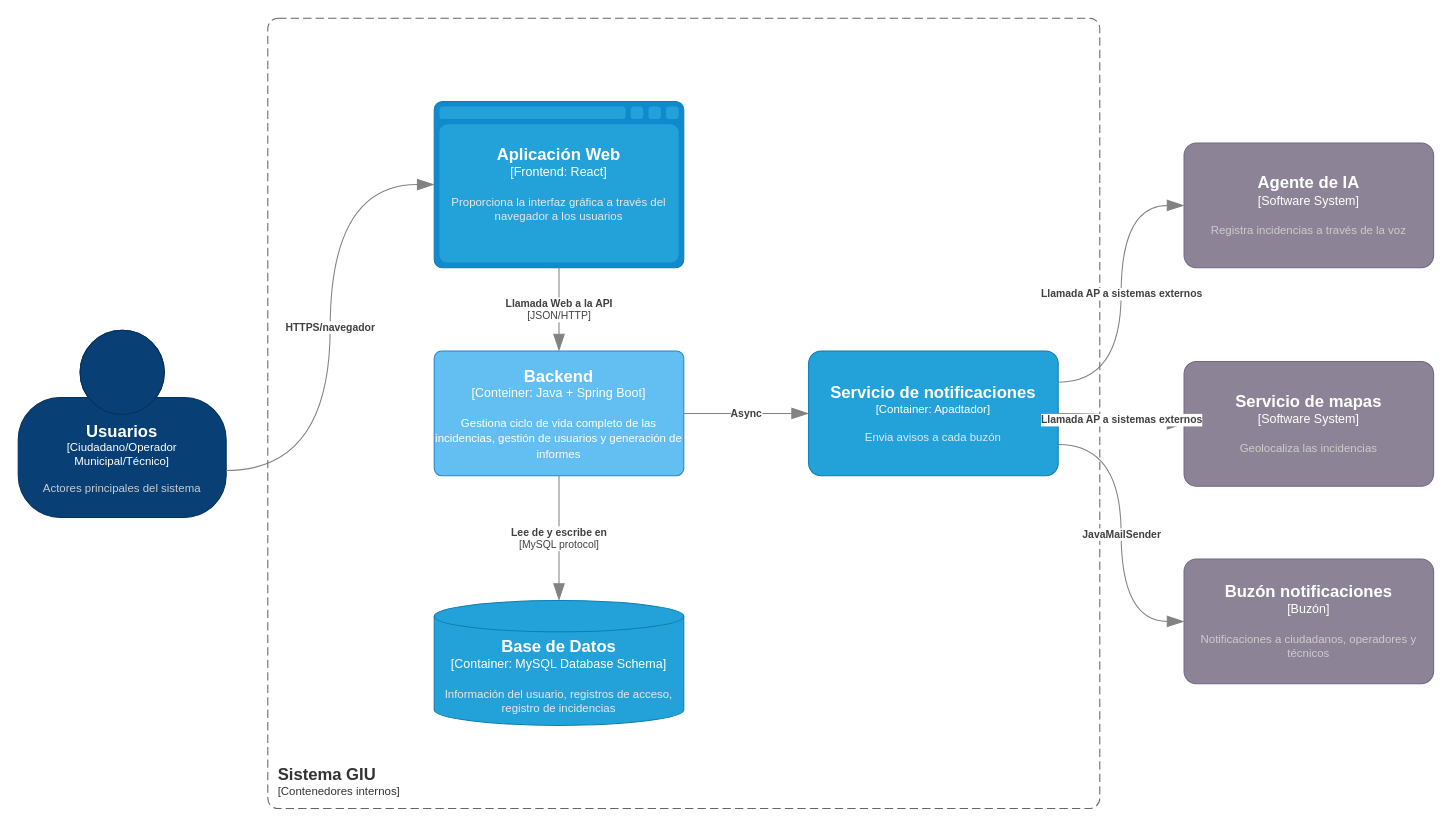
This is Diagrams/DiagramaC4(Nivel2).drawio from javimoralesg/UrbanDesk, a draw.io file, before an edit. Source tidied: cells renumbered, new cells numbered last; positions are measured from the earlier drawing's top-left corner, leaving out a move shared by most shapes. Both pictures are drawn from the tidied source at 104%, with x=0, y=0 at pixel (18, 18).
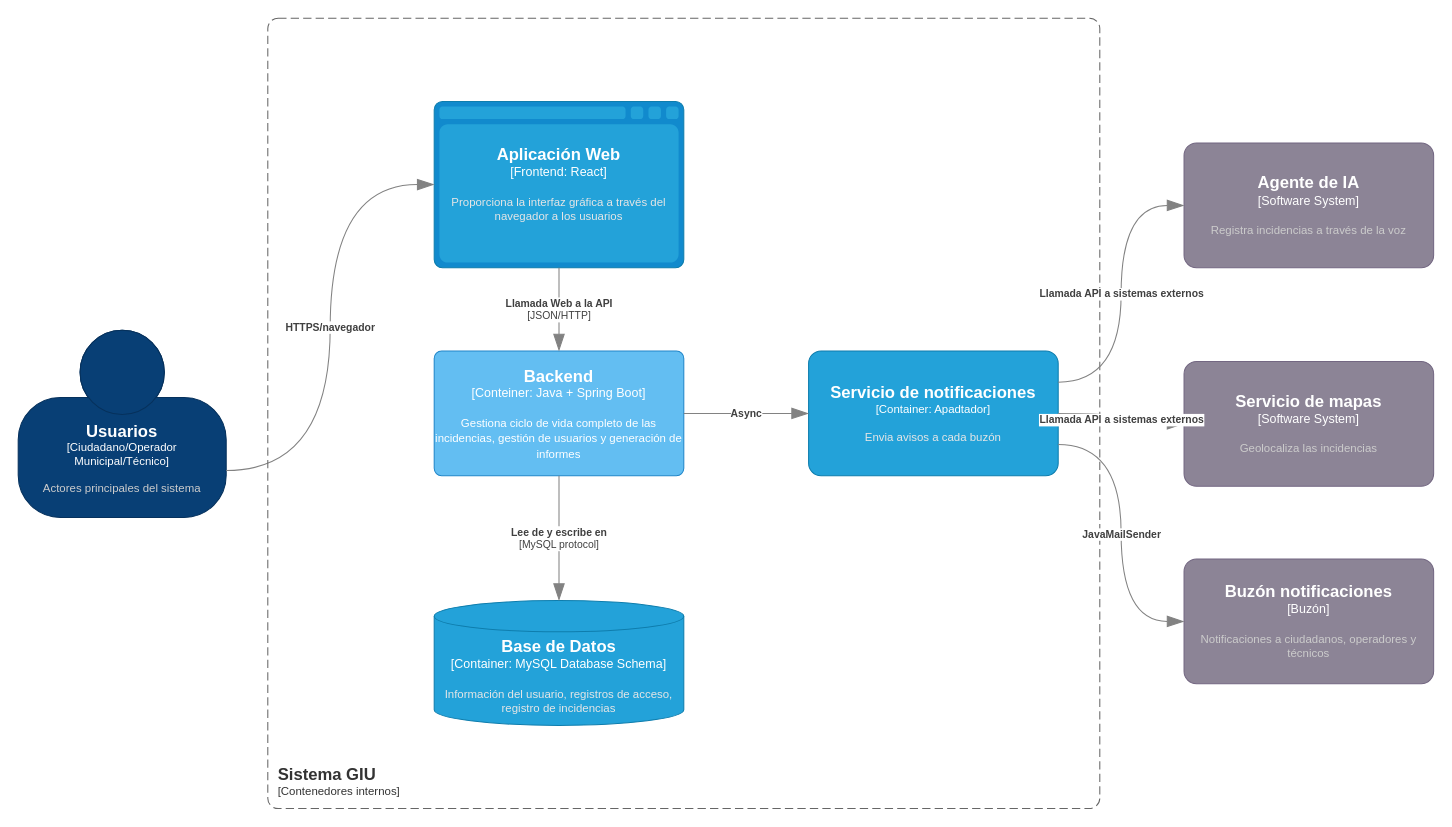
Above is the later version.

Commit message:
Corrección DiagramaC4(Novel2)

Unchanged cells that the change refers to:
```xml
<object id="6" label="&lt;font style=&quot;font-size: 16px&quot;&gt;&lt;b&gt;%c4Name%&lt;/b&gt;&lt;/font&gt;&lt;div&gt;[%c4Type%: %c4Technology%]&lt;/div&gt;&lt;br&gt;&lt;div&gt;&lt;font style=&quot;font-size: 11px&quot;&gt;&lt;font color=&quot;#E6E6E6&quot;&gt;%c4Description%&lt;/font&gt;&lt;/div&gt;" c4Description="Envia avisos a cada buzón" c4Name="Servicio de notificaciones" c4Technology="Apadtador" c4Type="Container" placeholders="1">
  <mxCell style="rounded=1;whiteSpace=wrap;html=1;fontSize=11;labelBackgroundColor=none;fillColor=#23A2D9;fontColor=#ffffff;align=center;arcSize=10;strokeColor=#0E7DAD;points=[[0.25,0,0],[0.5,0,0],[0.75,0,0],[1,0.25,0],[1,0.5,0],[1,0.75,0],[0.75,1,0],[0.5,1,0],[0.25,1,0],[0,0.75,0],[0,0.5,0],[0,0.25,0]];" parent="1" vertex="1">
    <mxGeometry x="760" y="320" width="240" height="120" as="geometry" />
  </mxCell>
</object>
<object id="11" label="&lt;font style=&quot;font-size: 16px&quot;&gt;&lt;b&gt;%c4Name%&lt;/b&gt;&lt;/font&gt;&lt;div&gt;[%c4Type%]&lt;/div&gt;&lt;br&gt;&lt;div&gt;&lt;font style=&quot;font-size: 11px&quot;&gt;&lt;font color=&quot;#cccccc&quot;&gt;%c4Description%&lt;/font&gt;&lt;/div&gt;" c4Description="Registra incidencias a través de la voz" c4Name="Agente de IA" c4Type="Software System" placeholders="1">
  <mxCell style="rounded=1;whiteSpace=wrap;html=1;labelBackgroundColor=none;fillColor=#8C8496;fontColor=#ffffff;align=center;arcSize=10;strokeColor=#736782;points=[[0.25,0,0],[0.5,0,0],[0.75,0,0],[1,0.25,0],[1,0.5,0],[1,0.75,0],[0.75,1,0],[0.5,1,0],[0.25,1,0],[0,0.75,0],[0,0.5,0],[0,0.25,0]];" parent="1" vertex="1">
    <mxGeometry x="1121" y="120" width="240" height="120" as="geometry" />
  </mxCell>
</object>
<object id="12" label="&lt;font style=&quot;font-size: 16px&quot;&gt;&lt;b&gt;%c4Name%&lt;/b&gt;&lt;/font&gt;&lt;div&gt;[%c4Type%]&lt;/div&gt;&lt;br&gt;&lt;div&gt;&lt;font style=&quot;font-size: 11px&quot;&gt;&lt;font color=&quot;#cccccc&quot;&gt;%c4Description%&lt;/font&gt;&lt;/div&gt;" c4Description="Geolocaliza las incidencias" c4Name="Servicio de mapas" c4Type="Software System" placeholders="1">
  <mxCell style="rounded=1;whiteSpace=wrap;html=1;labelBackgroundColor=none;fillColor=#8C8496;fontColor=#ffffff;align=center;arcSize=10;strokeColor=#736782;points=[[0.25,0,0],[0.5,0,0],[0.75,0,0],[1,0.25,0],[1,0.5,0],[1,0.75,0],[0.75,1,0],[0.5,1,0],[0.25,1,0],[0,0.75,0],[0,0.5,0],[0,0.25,0]];" parent="1" vertex="1">
    <mxGeometry x="1121" y="330" width="240" height="120" as="geometry" />
  </mxCell>
</object>
```

The edit, as a diff of the source:
```diff
@@
-    <object id="16" label="&lt;div style=&quot;text-align: left&quot;&gt;&lt;div style=&quot;text-align: center&quot;&gt;&lt;b&gt;%c4Description%&lt;/b&gt;&lt;/div&gt;" c4Description="Llamada AP a sistemas externos" placeholders="1">
+    <object id="16" label="&lt;div style=&quot;text-align: left&quot;&gt;&lt;div style=&quot;text-align: center&quot;&gt;&lt;b&gt;%c4Description%&lt;/b&gt;&lt;/div&gt;" c4Description="Llamada API a sistemas externos" placeholders="1">
       <mxCell style="endArrow=blockThin;html=1;fontSize=10;fontColor=#404040;strokeWidth=1;endFill=1;strokeColor=#828282;elbow=vertical;endSize=14;startSize=14;jumpStyle=arc;jumpSize=16;rounded=0;edgeStyle=orthogonalEdgeStyle;curved=1;entryX=0;entryY=0.5;entryDx=0;entryDy=0;entryPerimeter=0;exitX=1;exitY=0.25;exitDx=0;exitDy=0;exitPerimeter=0;" parent="1" edge="1" source="6" target="11">
         <mxGeometry relative="1" as="geometry" />
       </mxCell>
     </object>
-    <object id="17" label="&lt;div style=&quot;text-align: left&quot;&gt;&lt;div style=&quot;text-align: center&quot;&gt;&lt;b&gt;%c4Description%&lt;/b&gt;&lt;/div&gt;" c4Description="Llamada AP a sistemas externos" placeholders="1">
+    <object id="17" label="&lt;div style=&quot;text-align: left&quot;&gt;&lt;div style=&quot;text-align: center&quot;&gt;&lt;b&gt;%c4Description%&lt;/b&gt;&lt;/div&gt;" c4Description="Llamada API a sistemas externos" placeholders="1">
       <mxCell style="endArrow=blockThin;html=1;fontSize=10;fontColor=#404040;strokeWidth=1;endFill=1;strokeColor=#828282;elbow=vertical;endSize=14;startSize=14;jumpStyle=arc;jumpSize=16;rounded=0;edgeStyle=orthogonalEdgeStyle;curved=1;entryX=0;entryY=0.5;entryDx=0;entryDy=0;entryPerimeter=0;exitX=1;exitY=0.5;exitDx=0;exitDy=0;exitPerimeter=0;" parent="1" edge="1" source="6" target="12">
         <mxGeometry relative="1" as="geometry" />
       </mxCell>
     </object>
```
